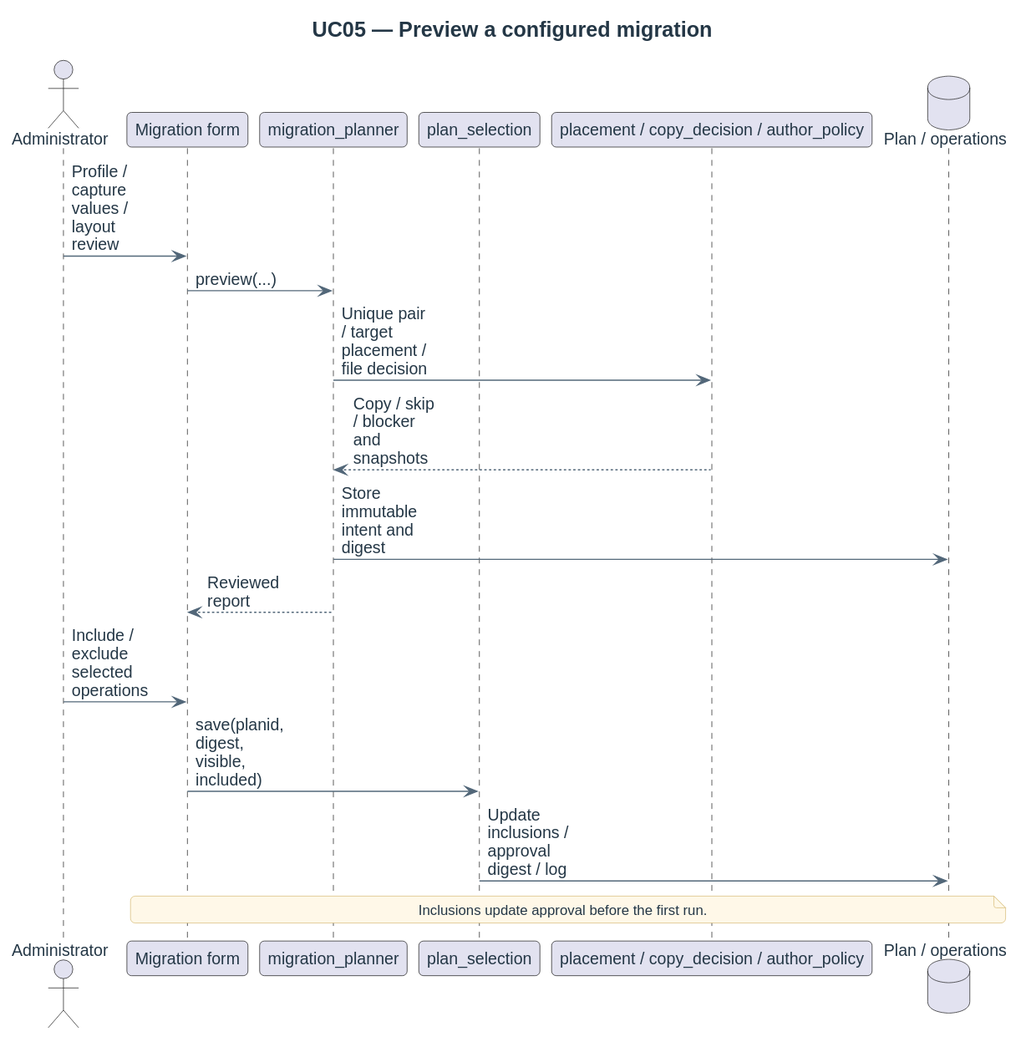
Earlier version of the PlantUML export docs/diagrams/design/sequences/uc05-preview-migration.svg (didactika/moodle-local_coursefiles).
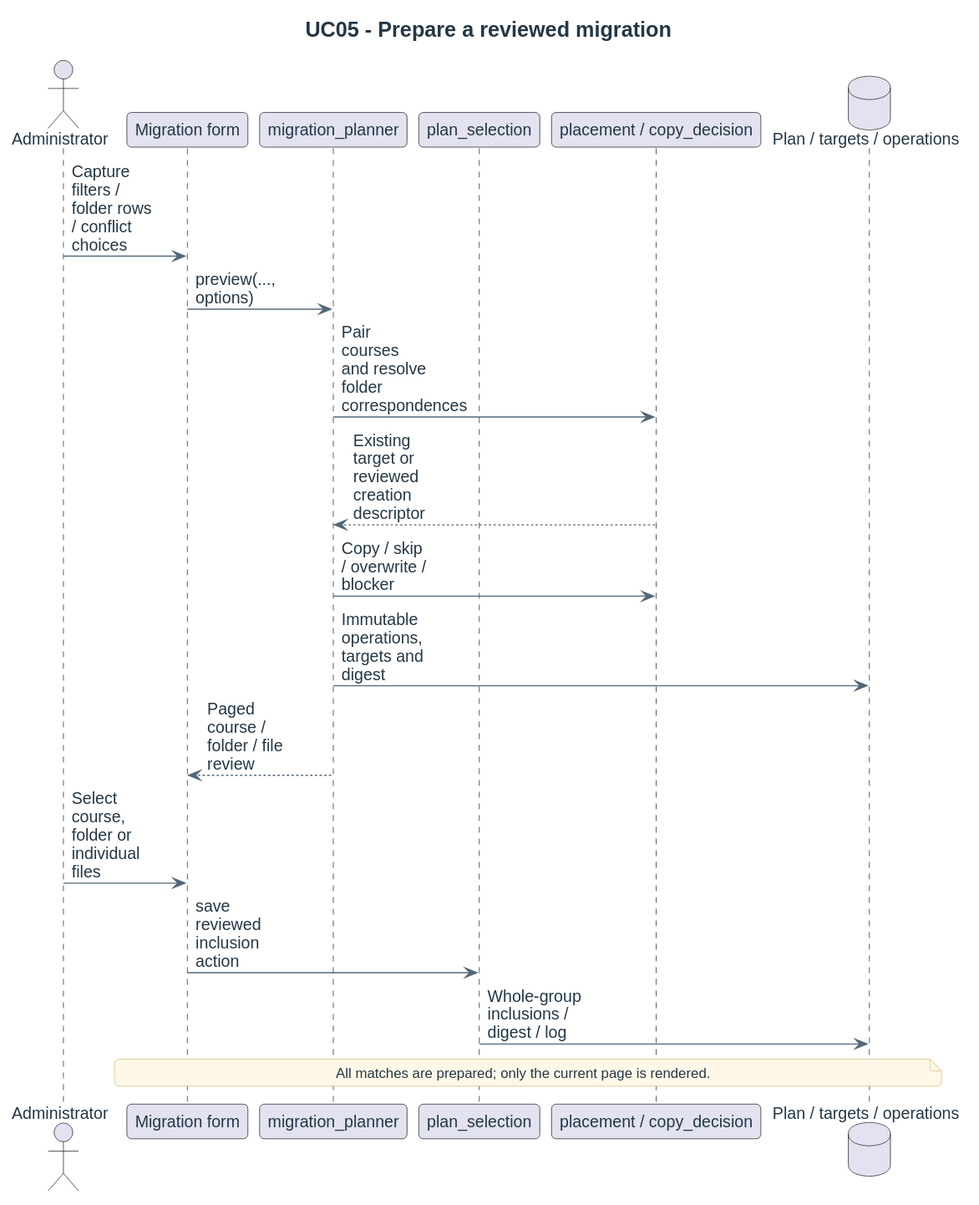
Above is the later version.

What changed in the source:
```diff
@@ -1,20 +1,21 @@
 @startuml
 !include ../../_style.puml
-title UC05 — Preview a configured migration
+title UC05 - Prepare a reviewed migration
 actor Administrator
 participant "Migration form" as UI
 participant migration_planner as Planner
 participant plan_selection as Selection
-participant "placement / copy_decision / author_policy" as Rules
-database "Plan / operations" as DB
-Administrator -> UI : Profile / capture values / layout review
-UI -> Planner : preview(...)
-Planner -> Rules : Unique pair / target placement / file decision
-Rules --> Planner : Copy / skip / blocker and snapshots
-Planner -> DB : Store immutable intent and digest
-Planner --> UI : Reviewed report
-Administrator -> UI : Include / exclude selected operations
-UI -> Selection : save(planid, digest, visible, included)
-Selection -> DB : Update inclusions / approval digest / log
-note over UI, DB : Inclusions update approval before the first run.
+participant "placement / copy_decision" as Rules
+database "Plan / targets / operations" as DB
+Administrator -> UI : Capture filters / folder rows / conflict choices
+UI -> Planner : preview(..., options)
+Planner -> Rules : Pair courses and resolve folder correspondences
+Rules --> Planner : Existing target or reviewed creation descriptor
+Planner -> Rules : Copy / skip / overwrite / blocker
+Planner -> DB : Immutable operations, targets and digest
+Planner --> UI : Paged course / folder / file review
+Administrator -> UI : Select course, folder or individual files
+UI -> Selection : save reviewed inclusion action
+Selection -> DB : Whole-group inclusions / digest / log
+note over UI, DB : All matches are prepared; only the current page is rendered.
 @enduml
```
